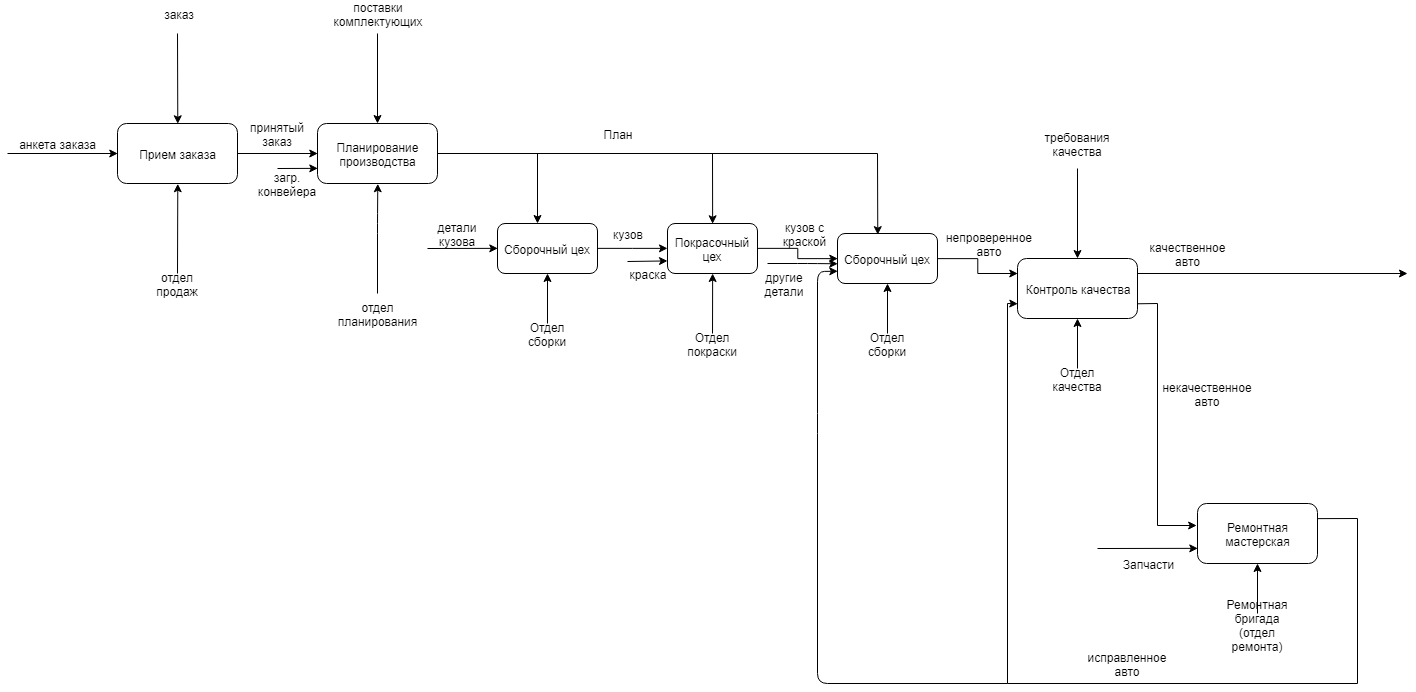
Before: idef0_1.png, a diagram exported from draw.io (Hotckiss/SoftwareDesign). Source tidied: cells renumbered, new cells last; positions are measured from the earlier drawing's top-left corner, leaving out a move shared by most shapes.
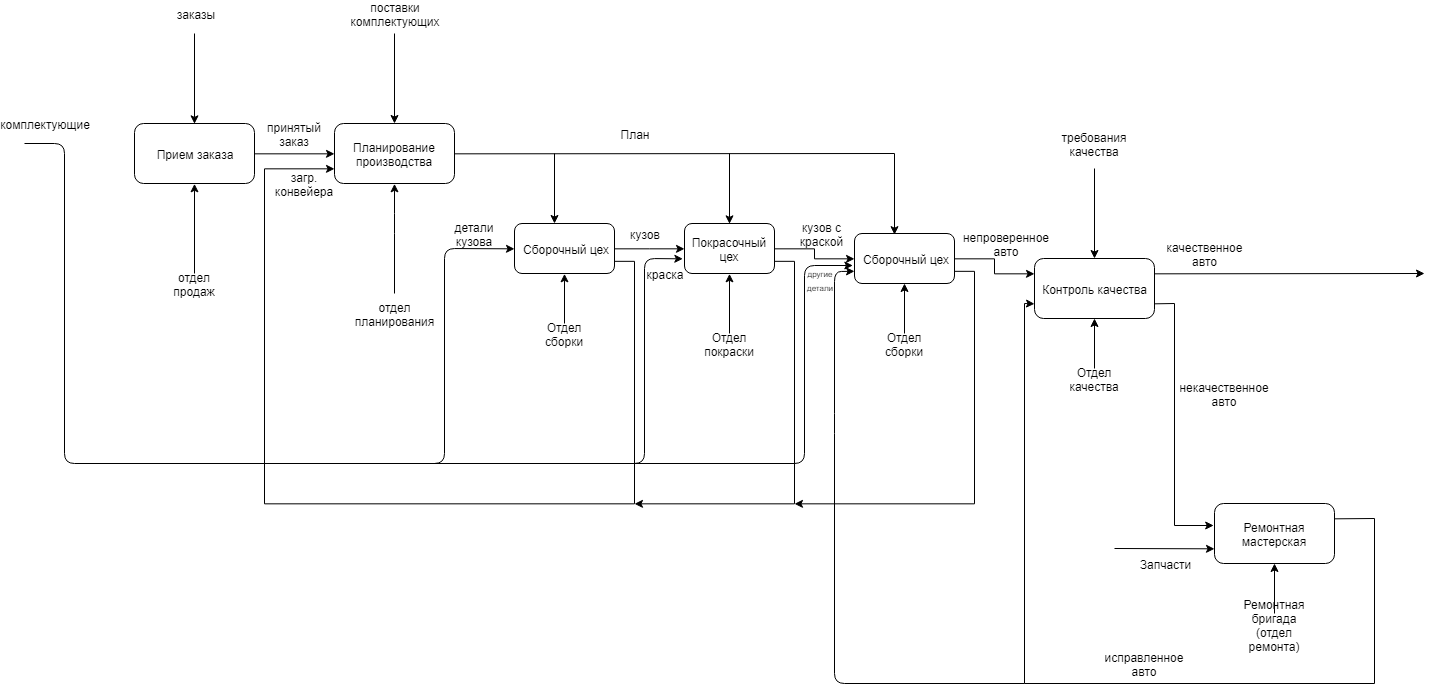
Later version of the same file.

Change to the diagram source:
```diff
@@ -8,14 +8,6 @@
     <mxCell id="3" value="Прием заказа" style="rounded=1;whiteSpace=wrap;html=1;" parent="1" vertex="1">
       <mxGeometry x="110" y="120" width="120" height="60" as="geometry" />
     </mxCell>
-    <mxCell id="4" style="endArrow=classic;html=1;entryX=0;entryY=0.5;entryDx=0;entryDy=0;" parent="1" edge="1" target="3">
-      <mxGeometry relative="1" as="geometry">
-        <mxPoint y="150" as="sourcePoint" />
-      </mxGeometry>
-    </mxCell>
-    <mxCell id="5" value="анкета заказа" style="text;html=1;strokeColor=none;fillColor=none;align=center;verticalAlign=middle;whiteSpace=wrap;rounded=0;" parent="1" vertex="1">
-      <mxGeometry y="130" width="100" height="20" as="geometry" />
-    </mxCell>
     <mxCell id="6" style="endArrow=classic;html=1;entryX=0.5;entryY=1;entryDx=0;entryDy=0;" parent="1" edge="1" target="3">
       <mxGeometry relative="1" as="geometry">
         <mxPoint x="170" y="270" as="sourcePoint" />
@@ -29,7 +21,7 @@
         <mxPoint x="170" y="30" as="sourcePoint" />
       </mxGeometry>
     </mxCell>
-    <mxCell id="9" value="заказ" style="text;html=1;strokeColor=none;fillColor=none;align=center;verticalAlign=middle;whiteSpace=wrap;rounded=0;" parent="1" vertex="1">
+    <mxCell id="9" value="заказы" style="text;html=1;strokeColor=none;fillColor=none;align=center;verticalAlign=middle;whiteSpace=wrap;rounded=0;" parent="1" vertex="1">
       <mxGeometry x="145" width="50" height="20" as="geometry" />
     </mxCell>
     <mxCell id="10" value="Планирование производства" style="rounded=1;whiteSpace=wrap;html=1;" parent="1" vertex="1">
@@ -49,11 +41,6 @@
     <mxCell id="13" value="отдел планирования&lt;br&gt;" style="text;html=1;strokeColor=none;fillColor=none;align=center;verticalAlign=middle;whiteSpace=wrap;rounded=0;" parent="1" vertex="1">
       <mxGeometry x="350" y="300" width="40" height="20" as="geometry" />
     </mxCell>
-    <mxCell id="14" style="endArrow=classic;html=1;entryX=0;entryY=0.75;entryDx=0;entryDy=0;" parent="1" edge="1" target="10">
-      <mxGeometry relative="1" as="geometry">
-        <mxPoint x="270" y="165" as="sourcePoint" />
-      </mxGeometry>
-    </mxCell>
     <mxCell id="15" value="загр. конвейера" style="text;html=1;strokeColor=none;fillColor=none;align=center;verticalAlign=middle;whiteSpace=wrap;rounded=0;" parent="1" vertex="1">
       <mxGeometry x="260" y="170" width="40" height="20" as="geometry" />
     </mxCell>
@@ -71,14 +58,19 @@
     <mxCell id="18" style="edgeStyle=orthogonalEdgeStyle;rounded=0;html=1;exitX=1;exitY=0.5;exitDx=0;exitDy=0;jettySize=auto;" parent="1" edge="1" source="19" target="25">
       <mxGeometry relative="1" as="geometry" />
     </mxCell>
+    <mxCell id="61" style="edgeStyle=orthogonalEdgeStyle;rounded=0;jettySize=auto;html=1;exitX=1;exitY=0.75;exitDx=0;exitDy=0;entryX=0;entryY=0.75;entryDx=0;entryDy=0;" parent="1" edge="1" source="19" target="10">
+      <mxGeometry relative="1" as="geometry">
+        <Array as="points">
+          <mxPoint x="610" y="257" />
+          <mxPoint x="610" y="500" />
+          <mxPoint x="240" y="500" />
+          <mxPoint x="240" y="165" />
+        </Array>
+      </mxGeometry>
+    </mxCell>
     <mxCell id="19" value="Сборочный цех" style="rounded=1;whiteSpace=wrap;html=1;" parent="1" vertex="1">
       <mxGeometry x="490" y="220" width="100" height="50" as="geometry" />
     </mxCell>
-    <mxCell id="20" style="endArrow=classic;html=1;entryX=0;entryY=0.5;entryDx=0;entryDy=0;" parent="1" edge="1" target="19">
-      <mxGeometry relative="1" as="geometry">
-        <mxPoint x="420" y="245" as="sourcePoint" />
-      </mxGeometry>
-    </mxCell>
     <mxCell id="21" value="детали кузова" style="text;html=1;strokeColor=none;fillColor=none;align=center;verticalAlign=middle;whiteSpace=wrap;rounded=0;" parent="1" vertex="1">
       <mxGeometry x="430" y="220" width="40" height="20" as="geometry" />
     </mxCell>
@@ -91,6 +83,15 @@
     <mxCell id="24" style="edgeStyle=orthogonalEdgeStyle;rounded=0;html=1;exitX=1;exitY=0.5;exitDx=0;exitDy=0;entryX=0;entryY=0.5;entryDx=0;entryDy=0;jettySize=auto;" parent="1" edge="1" source="25" target="33">
       <mxGeometry relative="1" as="geometry" />
     </mxCell>
+    <mxCell id="62" style="edgeStyle=orthogonalEdgeStyle;rounded=0;jettySize=auto;html=1;exitX=1;exitY=0.75;exitDx=0;exitDy=0;" parent="1" edge="1" source="25">
+      <mxGeometry relative="1" as="geometry">
+        <mxPoint x="610" y="500" as="targetPoint" />
+        <Array as="points">
+          <mxPoint x="770" y="257" />
+          <mxPoint x="770" y="500" />
+        </Array>
+      </mxGeometry>
+    </mxCell>
     <mxCell id="25" value="Покрасочный цех" style="rounded=1;whiteSpace=wrap;html=1;" parent="1" vertex="1">
       <mxGeometry x="660" y="220" width="90" height="50" as="geometry" />
     </mxCell>
@@ -108,17 +109,21 @@
     <mxCell id="29" value="Отдел покраски" style="text;html=1;strokeColor=none;fillColor=none;align=center;verticalAlign=middle;whiteSpace=wrap;rounded=0;" parent="1" vertex="1">
       <mxGeometry x="685" y="330" width="40" height="20" as="geometry" />
     </mxCell>
-    <mxCell id="30" style="endArrow=classic;html=1;entryX=0;entryY=0.75;entryDx=0;entryDy=0;" parent="1" edge="1" target="25">
-      <mxGeometry relative="1" as="geometry">
-        <mxPoint x="620" y="258" as="sourcePoint" />
-      </mxGeometry>
-    </mxCell>
     <mxCell id="31" value="краска" style="text;html=1;strokeColor=none;fillColor=none;align=center;verticalAlign=middle;whiteSpace=wrap;rounded=0;" parent="1" vertex="1">
       <mxGeometry x="620" y="260" width="40" height="20" as="geometry" />
     </mxCell>
     <mxCell id="32" style="edgeStyle=orthogonalEdgeStyle;rounded=0;html=1;exitX=1;exitY=0.5;exitDx=0;exitDy=0;entryX=0;entryY=0.25;entryDx=0;entryDy=0;jettySize=auto;" parent="1" edge="1" source="33" target="41">
       <mxGeometry relative="1" as="geometry" />
     </mxCell>
+    <mxCell id="63" style="edgeStyle=orthogonalEdgeStyle;rounded=0;jettySize=auto;html=1;exitX=1;exitY=0.75;exitDx=0;exitDy=0;" parent="1" edge="1" source="33">
+      <mxGeometry relative="1" as="geometry">
+        <mxPoint x="770" y="500" as="targetPoint" />
+        <Array as="points">
+          <mxPoint x="950" y="268" />
+          <mxPoint x="950" y="500" />
+        </Array>
+      </mxGeometry>
+    </mxCell>
     <mxCell id="33" value="Сборочный цех" style="rounded=1;whiteSpace=wrap;html=1;" parent="1" vertex="1">
       <mxGeometry x="830" y="230" width="100" height="50" as="geometry" />
     </mxCell>
@@ -130,16 +135,8 @@
         <mxPoint x="870" y="150" as="sourcePoint" />
       </mxGeometry>
     </mxCell>
-    <mxCell id="36" style="endArrow=classic;html=1;entryX=0;entryY=0.6;entryDx=0;entryDy=0;entryPerimeter=0;" parent="1" edge="1" target="33">
-      <mxGeometry relative="1" as="geometry">
-        <mxPoint x="760" y="260" as="sourcePoint" />
-        <Array as="points">
-          <mxPoint x="800" y="260" />
-        </Array>
-      </mxGeometry>
-    </mxCell>
-    <mxCell id="37" value="другие детали" style="text;html=1;strokeColor=none;fillColor=none;align=center;verticalAlign=middle;whiteSpace=wrap;rounded=0;" parent="1" vertex="1">
-      <mxGeometry x="757" y="270" width="40" height="20" as="geometry" />
+    <mxCell id="37" value="&lt;font style=&quot;font-size: 8px&quot;&gt;другие детали&lt;/font&gt;" style="text;html=1;strokeColor=none;fillColor=none;align=center;verticalAlign=middle;whiteSpace=wrap;rounded=0;" parent="1" vertex="1">
+      <mxGeometry x="776.5" y="265" width="40" height="20" as="geometry" />
     </mxCell>
     <mxCell id="38" style="endArrow=classic;html=1;entryX=0.5;entryY=1;entryDx=0;entryDy=0;" parent="1" edge="1" source="39">
       <mxGeometry relative="1" as="geometry">
@@ -245,5 +242,37 @@
     <mxCell id="60" value="требования качества&lt;br&gt;" style="text;html=1;strokeColor=none;fillColor=none;align=center;verticalAlign=middle;whiteSpace=wrap;rounded=0;" parent="1" vertex="1">
       <mxGeometry x="1050" y="130" width="40" height="20" as="geometry" />
     </mxCell>
+    <mxCell id="64" style="endArrow=classic;html=1;entryX=0;entryY=0.5;entryDx=0;entryDy=0;" parent="1" edge="1" target="19">
+      <mxGeometry relative="1" as="geometry">
+        <mxPoint y="140" as="sourcePoint" />
+        <Array as="points">
+          <mxPoint x="40" y="140" />
+          <mxPoint x="40" y="460" />
+          <mxPoint x="420" y="460" />
+          <mxPoint x="420" y="245" />
+        </Array>
+      </mxGeometry>
+    </mxCell>
+    <mxCell id="65" style="endArrow=classic;html=1;entryX=-0.023;entryY=0.708;entryDx=0;entryDy=0;entryPerimeter=0;" parent="1" edge="1" target="25">
+      <mxGeometry relative="1" as="geometry">
+        <mxPoint x="390" y="460" as="sourcePoint" />
+        <Array as="points">
+          <mxPoint x="620" y="460" />
+          <mxPoint x="620" y="255" />
+        </Array>
+      </mxGeometry>
+    </mxCell>
+    <mxCell id="66" style="endArrow=classic;html=1;entryX=-0.017;entryY=0.634;entryDx=0;entryDy=0;entryPerimeter=0;" parent="1" edge="1" target="33">
+      <mxGeometry relative="1" as="geometry">
+        <mxPoint x="580" y="460" as="sourcePoint" />
+        <Array as="points">
+          <mxPoint x="780" y="460" />
+          <mxPoint x="780" y="262" />
+        </Array>
+      </mxGeometry>
+    </mxCell>
+    <mxCell id="67" value="комплектующие" style="text;html=1;strokeColor=none;fillColor=none;align=center;verticalAlign=middle;whiteSpace=wrap;rounded=0;" parent="1" vertex="1">
+      <mxGeometry y="110" width="40" height="20" as="geometry" />
+    </mxCell>
   </root>
 </mxGraphModel>
```
